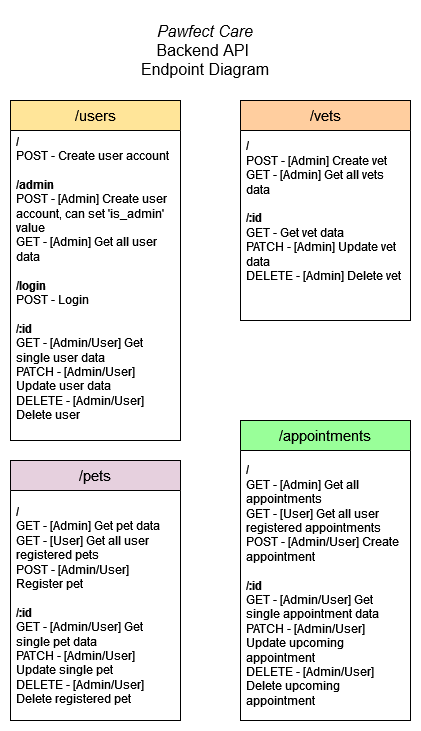
This is T3A2-A/docs/pawfect-care-api-diagram.drawio.png from tthecoder15/T3A2---MERN-App, a draw.io export, as it was before one commit. Source tidied: cells renumbered, new cells last; positions are measured from the earlier drawing's top-left corner, leaving out a move shared by most shapes.
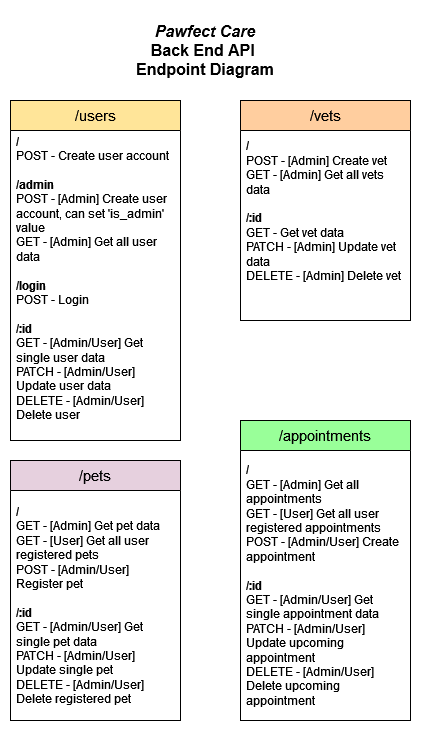
Later version of the same file.

Commit message:
Fixed tablet labelling wireframe, added ref to Yourdon Demarco

The edit, as a diff of the source:
```diff
@@ -8,7 +8,7 @@
     <mxCell id="3" value="&lt;div&gt;&lt;b&gt;/&lt;/b&gt;&lt;br&gt;&lt;/div&gt;&lt;div&gt;POST - Create user account&lt;/div&gt;&lt;br&gt;&lt;div&gt;&lt;b&gt;/admin&lt;/b&gt;&lt;/div&gt;&lt;div&gt;&lt;div&gt;&lt;b&gt;&lt;/b&gt;&lt;div&gt;&lt;div&gt;POST - [Admin] Create user account, can set 'is_admin' value&lt;br&gt;&lt;/div&gt;&lt;/div&gt;&lt;/div&gt;&lt;div&gt;GET - [Admin] Get all user data&lt;/div&gt;&lt;div&gt;&lt;b&gt;&lt;br&gt;&lt;/b&gt;&lt;/div&gt;&lt;div&gt;&lt;b&gt;/login&lt;/b&gt;&lt;/div&gt;&lt;/div&gt;&lt;div&gt;POST - Login&lt;/div&gt;&lt;div&gt;&lt;br&gt;&lt;/div&gt;&lt;div&gt;&lt;b&gt;/:id&lt;/b&gt;&lt;br&gt;&lt;/div&gt;&lt;div&gt;GET - [Admin/User] Get single user data&amp;nbsp;&lt;/div&gt;&lt;div&gt;PATCH - [Admin/User] Update user data&lt;br&gt;&lt;/div&gt;&lt;div&gt;DELETE - [Admin/User] Delete user&amp;nbsp; &lt;br&gt;&lt;/div&gt;&lt;div&gt;&lt;br&gt;&lt;/div&gt;" style="text;strokeColor=none;fillColor=none;align=left;verticalAlign=middle;spacingLeft=4;spacingRight=4;overflow=hidden;whiteSpace=wrap;html=1;" parent="2" vertex="1">
       <mxGeometry y="30" width="170" height="310" as="geometry" />
     </mxCell>
-    <mxCell id="4" value="&lt;div style=&quot;font-size: 16px;&quot;&gt;&lt;i style=&quot;font-size: 16px;&quot;&gt;Pawfect Care&lt;/i&gt;&lt;br style=&quot;font-size: 16px;&quot;&gt;&lt;/div&gt;&lt;div style=&quot;font-size: 16px;&quot;&gt;Backend API&amp;nbsp;&lt;/div&gt;&lt;div style=&quot;font-size: 16px;&quot;&gt;Endpoint Diagram&lt;/div&gt;" style="text;html=1;align=center;verticalAlign=middle;whiteSpace=wrap;rounded=0;fontSize=16;" parent="1" vertex="1">
+    <mxCell id="4" value="&lt;div style=&quot;font-size: 16px;&quot;&gt;&lt;b&gt;&lt;i style=&quot;font-size: 16px;&quot;&gt;Pawfect Care&lt;/i&gt;&lt;br style=&quot;font-size: 16px;&quot;&gt;&lt;/b&gt;&lt;/div&gt;&lt;div style=&quot;font-size: 16px;&quot;&gt;&lt;b&gt;Back End API&amp;nbsp;&lt;/b&gt;&lt;/div&gt;&lt;div style=&quot;font-size: 16px;&quot;&gt;&lt;b&gt;Endpoint Diagram&lt;/b&gt;&lt;/div&gt;" style="text;html=1;align=center;verticalAlign=middle;whiteSpace=wrap;rounded=0;fontSize=16;" parent="1" vertex="1">
       <mxGeometry x="110" width="170" height="80" as="geometry" />
     </mxCell>
     <mxCell id="5" value="&lt;font style=&quot;font-size: 15px;&quot;&gt;/&lt;/font&gt;vets" style="swimlane;fontStyle=0;horizontal=1;startSize=30;whiteSpace=wrap;html=1;fillColor=#FFCE9F;fontSize=15;" parent="1" vertex="1">
```
